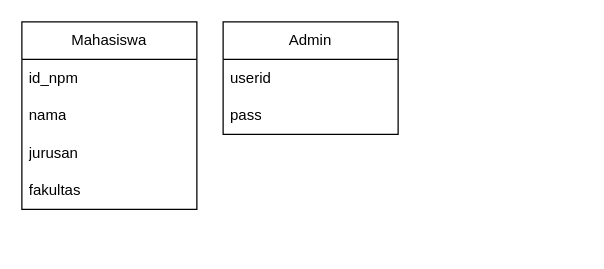
Xnaizer/Xnaizer keeps this draw.io diagram as SDB2_Pert1.drawio. Above is the earlier version. Source tidied: cells renumbered, new cells numbered last; positions are measured from the earlier drawing's top-left corner, leaving out a move shared by most shapes. Both pictures are drawn from the tidied source at 125%, with x=0, y=0 at pixel (21, 21).
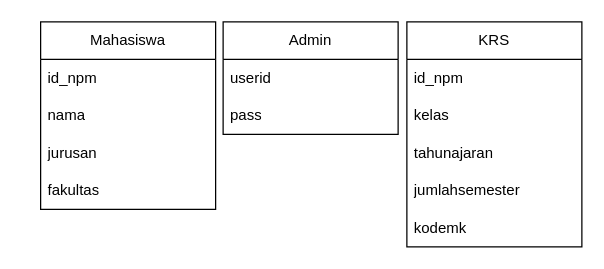
After the change.

Diff of the diagram source:
```diff
@@
 <mxGraphModel>
   <root>
     <mxCell id="0" />
     <mxCell id="1" parent="0" />
     <mxCell id="2" value="Mahasiswa" style="swimlane;fontStyle=0;horizontal=1;startSize=30;whiteSpace=wrap;html=1;" parent="1" vertex="1">
-      <mxGeometry width="140" height="150" as="geometry" />
+      <mxGeometry x="15" width="140" height="150" as="geometry" />
     </mxCell>
     <mxCell id="3" value="id_npm" style="text;strokeColor=none;fillColor=none;align=left;verticalAlign=middle;spacingLeft=4;spacingRight=4;overflow=hidden;whiteSpace=wrap;html=1;" parent="2" vertex="1">
       <mxGeometry y="30" width="140" height="30" as="geometry" />
     </mxCell>
     <mxCell id="4" value="nama" style="text;strokeColor=none;fillColor=none;align=left;verticalAlign=middle;spacingLeft=4;spacingRight=4;overflow=hidden;whiteSpace=wrap;html=1;" parent="2" vertex="1">
       <mxGeometry y="60" width="140" height="30" as="geometry" />
     </mxCell>
     <mxCell id="5" value="jurusan" style="text;strokeColor=none;fillColor=none;align=left;verticalAlign=middle;spacingLeft=4;spacingRight=4;overflow=hidden;whiteSpace=wrap;html=1;" parent="2" vertex="1">
       <mxGeometry y="90" width="140" height="30" as="geometry" />
     </mxCell>
     <mxCell id="6" value="fakultas" style="text;strokeColor=none;fillColor=none;align=left;verticalAlign=middle;spacingLeft=4;spacingRight=4;overflow=hidden;whiteSpace=wrap;html=1;" parent="2" vertex="1">
       <mxGeometry y="120" width="140" height="30" as="geometry" />
     </mxCell>
     <mxCell id="7" value="Admin" style="swimlane;fontStyle=0;horizontal=1;startSize=30;whiteSpace=wrap;html=1;" parent="1" vertex="1">
       <mxGeometry x="161" width="140" height="90" as="geometry" />
     </mxCell>
     <mxCell id="8" value="userid" style="text;strokeColor=none;fillColor=none;align=left;verticalAlign=middle;spacingLeft=4;spacingRight=4;overflow=hidden;whiteSpace=wrap;html=1;" parent="7" vertex="1">
       <mxGeometry y="30" width="140" height="30" as="geometry" />
     </mxCell>
     <mxCell id="9" value="pass" style="text;strokeColor=none;fillColor=none;align=left;verticalAlign=middle;spacingLeft=4;spacingRight=4;overflow=hidden;whiteSpace=wrap;html=1;" parent="7" vertex="1">
       <mxGeometry y="60" width="140" height="30" as="geometry" />
     </mxCell>
+    <mxCell id="10" value="KRS" style="swimlane;fontStyle=0;horizontal=1;startSize=30;whiteSpace=wrap;html=1;" parent="1" vertex="1">
+      <mxGeometry x="308" width="140" height="180" as="geometry" />
+    </mxCell>
+    <mxCell id="11" value="id_npm" style="text;strokeColor=none;fillColor=none;align=left;verticalAlign=middle;spacingLeft=4;spacingRight=4;overflow=hidden;whiteSpace=wrap;html=1;" parent="10" vertex="1">
+      <mxGeometry y="30" width="140" height="30" as="geometry" />
+    </mxCell>
+    <mxCell id="12" value="kelas" style="text;strokeColor=none;fillColor=none;align=left;verticalAlign=middle;spacingLeft=4;spacingRight=4;overflow=hidden;whiteSpace=wrap;html=1;" parent="10" vertex="1">
+      <mxGeometry y="60" width="140" height="30" as="geometry" />
+    </mxCell>
+    <mxCell id="13" value="tahunajaran" style="text;strokeColor=none;fillColor=none;align=left;verticalAlign=middle;spacingLeft=4;spacingRight=4;overflow=hidden;whiteSpace=wrap;html=1;" parent="10" vertex="1">
+      <mxGeometry y="90" width="140" height="30" as="geometry" />
+    </mxCell>
+    <mxCell id="14" value="jumlahsemester" style="text;strokeColor=none;fillColor=none;align=left;verticalAlign=middle;spacingLeft=4;spacingRight=4;overflow=hidden;whiteSpace=wrap;html=1;" parent="10" vertex="1">
+      <mxGeometry y="120" width="140" height="30" as="geometry" />
+    </mxCell>
+    <mxCell id="15" value="kodemk" style="text;strokeColor=none;fillColor=none;align=left;verticalAlign=middle;spacingLeft=4;spacingRight=4;overflow=hidden;whiteSpace=wrap;html=1;" parent="10" vertex="1">
+      <mxGeometry y="150" width="140" height="30" as="geometry" />
+    </mxCell>
   </root>
 </mxGraphModel>
```
